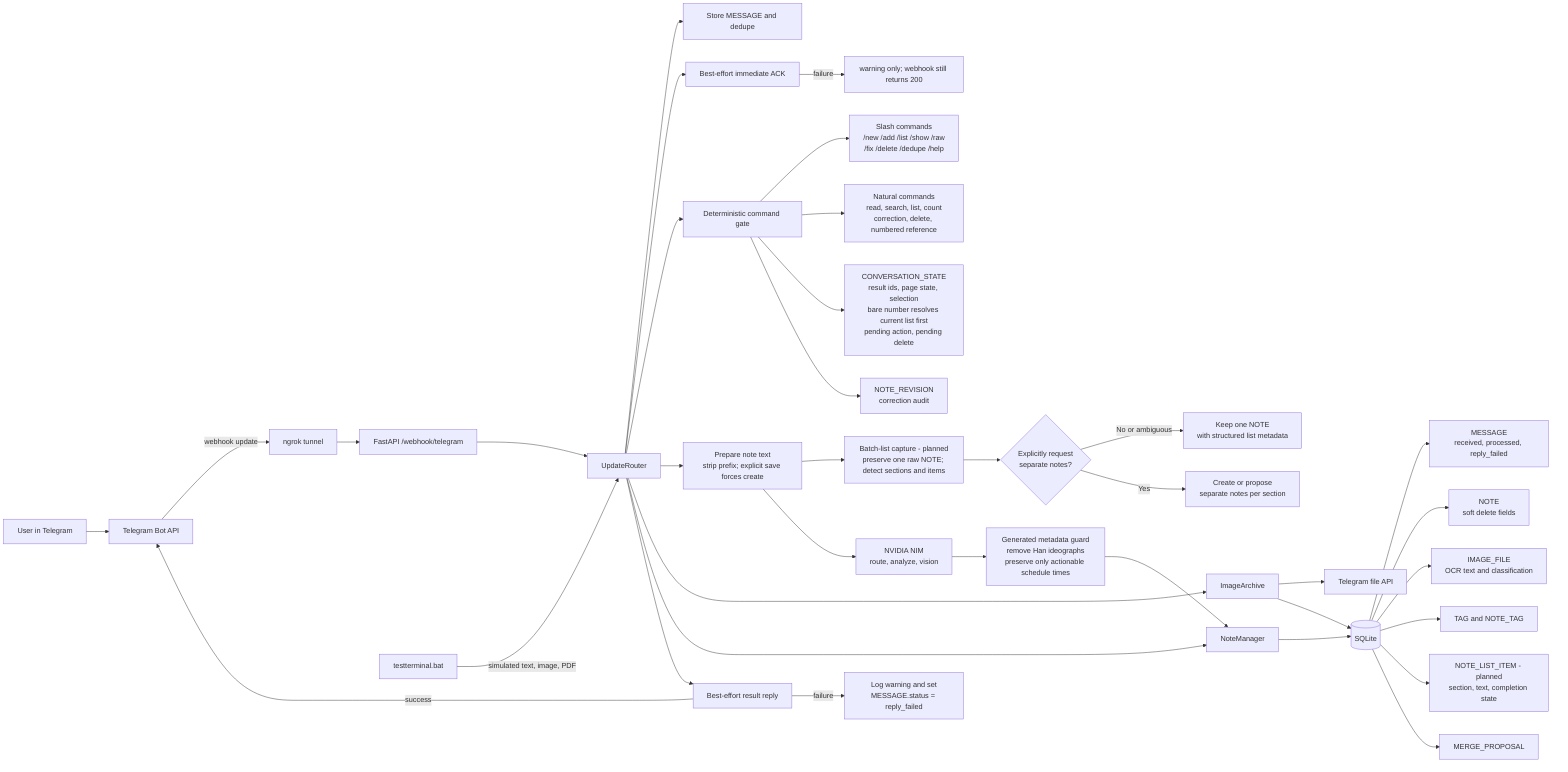
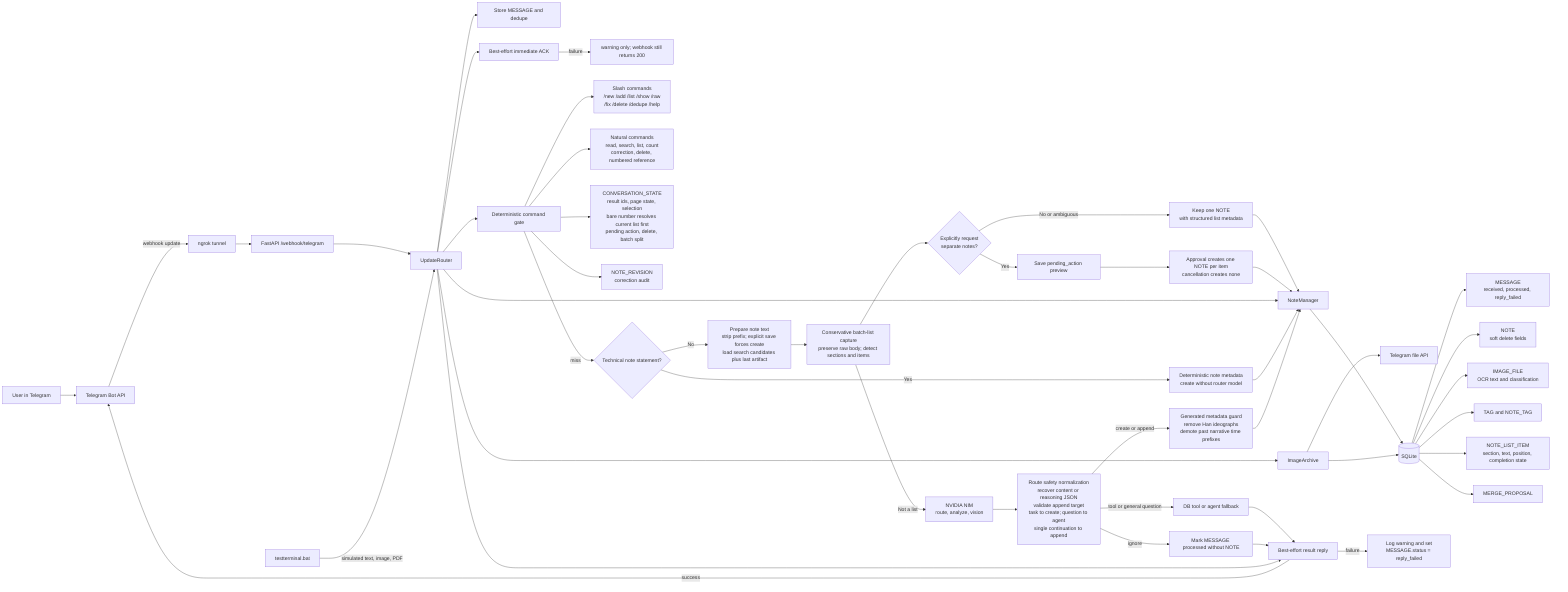
flowchart LR
    User["User in Telegram"] --> Telegram["Telegram Bot API"]
    Telegram -->|webhook update| Tunnel["ngrok tunnel"]
    Tunnel --> API["FastAPI /webhook/telegram"]
    API --> Router["UpdateRouter"]

    Terminal["testterminal.bat"] -->|simulated text, image, PDF| Router

    Router --> Store["Store MESSAGE and dedupe"]
    Router --> Ack["Best-effort immediate ACK"]
    Ack -->|failure| AckLog["warning only; webhook still returns 200"]
    Router --> Gate["Deterministic command gate"]
    Gate --> Slash["Slash commands<br/>/new /add /list /show /raw<br/>/fix /delete /dedupe /help"]
    Gate --> Natural["Natural commands<br/>read, search, list, count<br/>correction, delete, numbered reference"]
-     Gate --> State["CONVERSATION_STATE<br/>result ids, page state, selection<br/>bare number resolves current list first<br/>pending action, pending delete"]
+     Gate --> State["CONVERSATION_STATE<br/>result ids, page state, selection<br/>bare number resolves current list first<br/>pending action, delete, batch split"]
    Gate --> Revision["NOTE_REVISION<br/>correction audit"]

-     Router --> Prep["Prepare note text<br/>strip prefix; explicit save forces create"]
-     Prep --> Capture["Batch-list capture - planned<br/>preserve one raw NOTE; detect sections and items"]
+     Gate -->|miss| Technical{"Technical note statement?"}
+     Technical -->|Yes| TechNote["Deterministic note metadata<br/>create without router model"]
+     Technical -->|No| Prep["Prepare note text<br/>strip prefix; explicit save forces create<br/>load search candidates plus last artifact"]
+     Prep --> Capture["Conservative batch-list capture<br/>preserve raw body; detect sections and items"]
    Capture --> Split{"Explicitly request<br/>separate notes?"}
    Split -->|No or ambiguous| OneNote["Keep one NOTE<br/>with structured list metadata"]
-     Split -->|Yes| ManyNotes["Create or propose<br/>separate notes per section"]
-     Prep --> AI["NVIDIA NIM<br/>route, analyze, vision"]
+     Split -->|Yes| BatchPreview["Save pending_action preview"]
+     BatchPreview --> ManyNotes["Approval creates one NOTE per item<br/>cancellation creates none"]
+     Capture -->|Not a list| AI["NVIDIA NIM<br/>route, analyze, vision"]
+     AI --> RouteGuard["Route safety normalization<br/>recover content or reasoning JSON<br/>validate append target<br/>task to create; question to agent<br/>single continuation to append"]
+     OneNote --> Manager
+     ManyNotes --> Manager
    Router --> Archive["ImageArchive"]
    Archive --> FileAPI["Telegram file API"]

    Router --> Manager["NoteManager"]
    Manager --> DB[("SQLite")]
    Archive --> DB
-     AI --> MetadataGuard["Generated metadata guard<br/>remove Han ideographs<br/>preserve only actionable schedule times"]
+     TechNote --> Manager
+     RouteGuard -->|create or append| MetadataGuard["Generated metadata guard<br/>remove Han ideographs<br/>demote past narrative time prefixes"]
+     RouteGuard -->|tool or general question| AgentReply["DB tool or agent fallback"]
+     RouteGuard -->|ignore| NoNote["Mark MESSAGE processed without NOTE"]
    MetadataGuard --> Manager
+     AgentReply --> Reply
+     NoNote --> Reply

    DB --> Message["MESSAGE<br/>received, processed, reply_failed"]
    DB --> Note["NOTE<br/>soft delete fields"]
    DB --> Image["IMAGE_FILE<br/>OCR text and classification"]
    DB --> Tags["TAG and NOTE_TAG"]
-     DB --> Items["NOTE_LIST_ITEM - planned<br/>section, text, completion state"]
+     DB --> Items["NOTE_LIST_ITEM<br/>section, text, position, completion state"]
    DB --> Merge["MERGE_PROPOSAL"]

    Router --> Reply["Best-effort result reply"]
    Reply -->|success| Telegram
    Reply -->|failure| ReplyFailed["Log warning and set<br/>MESSAGE.status = reply_failed"]
